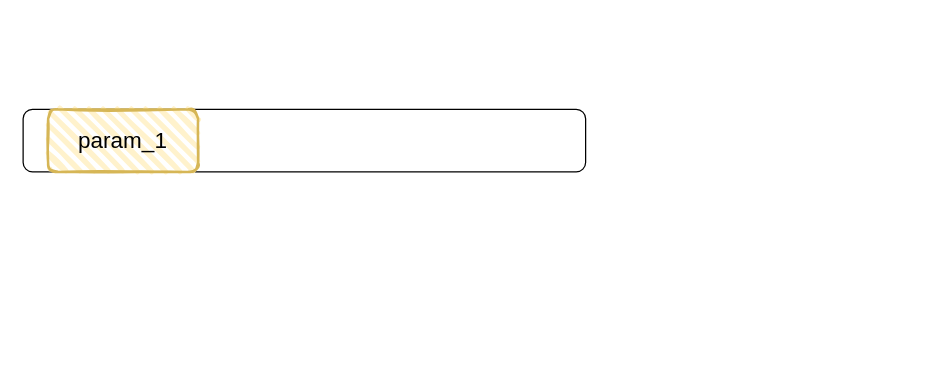
zty-king/zty-king keeps this draw.io diagram as FusedcommBuffer.drawio. Above is the earlier version. Source tidied: cells renumbered, new cells numbered last; positions are measured from the earlier drawing's top-left corner, leaving out a move shared by most shapes. Both pictures are drawn from the tidied source at 125%, with x=0, y=0 at pixel (22, 109).
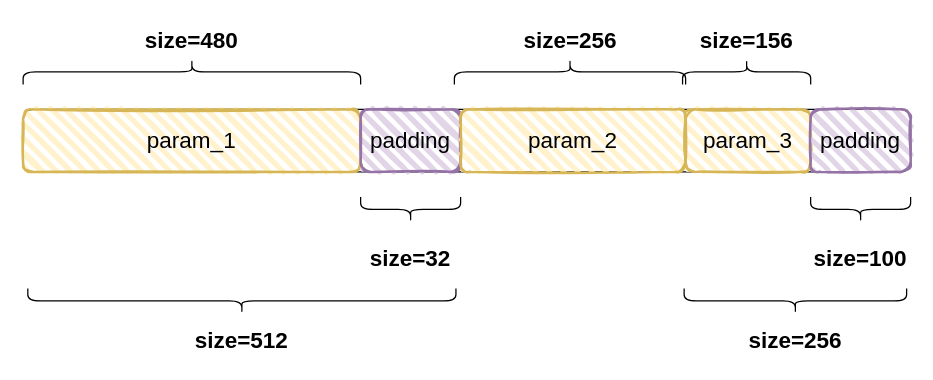
After the change.

The edit, as a diff of the source:
```diff
@@
     <mxCell id="2" style="rounded=1;whiteSpace=wrap;html=1;" parent="1" vertex="1">
-      <mxGeometry width="450" height="50" as="geometry" />
+      <mxGeometry width="710" height="50" as="geometry" />
     </mxCell>
     <mxCell id="3" value="&lt;font style=&quot;font-size: 18px;&quot;&gt;param_1&lt;/font&gt;" style="rounded=1;whiteSpace=wrap;html=1;strokeWidth=2;fillWeight=4;hachureGap=8;hachureAngle=45;fillColor=#fff2cc;sketch=1;strokeColor=#d6b656;" parent="1" vertex="1">
-      <mxGeometry x="20" width="120" height="50" as="geometry" />
+      <mxGeometry width="270" height="50" as="geometry" />
     </mxCell>
+    <mxCell id="4" value="&lt;font style=&quot;font-size: 18px;&quot;&gt;padding&lt;/font&gt;" style="rounded=1;whiteSpace=wrap;html=1;strokeWidth=2;fillWeight=4;hachureGap=8;hachureAngle=45;fillColor=#e1d5e7;sketch=1;strokeColor=#9673a6;" parent="1" vertex="1">
+      <mxGeometry x="270" width="80" height="50" as="geometry" />
+    </mxCell>
+    <mxCell id="5" value="&lt;font style=&quot;font-size: 18px;&quot;&gt;param_2&lt;/font&gt;" style="rounded=1;whiteSpace=wrap;html=1;strokeWidth=2;fillWeight=4;hachureGap=8;hachureAngle=45;fillColor=#fff2cc;sketch=1;strokeColor=#d6b656;" parent="1" vertex="1">
+      <mxGeometry x="350" width="180" height="50" as="geometry" />
+    </mxCell>
+    <mxCell id="6" value="&lt;font style=&quot;font-size: 18px;&quot;&gt;param_3&lt;/font&gt;" style="rounded=1;whiteSpace=wrap;html=1;strokeWidth=2;fillWeight=4;hachureGap=8;hachureAngle=45;fillColor=#fff2cc;sketch=1;strokeColor=#d6b656;" parent="1" vertex="1">
+      <mxGeometry x="530" width="100" height="50" as="geometry" />
+    </mxCell>
+    <mxCell id="7" value="&lt;font style=&quot;font-size: 18px;&quot;&gt;padding&lt;/font&gt;" style="rounded=1;whiteSpace=wrap;html=1;strokeWidth=2;fillWeight=4;hachureGap=8;hachureAngle=45;fillColor=#e1d5e7;sketch=1;strokeColor=#9673a6;" parent="1" vertex="1">
+      <mxGeometry x="630" width="80" height="50" as="geometry" />
+    </mxCell>
+    <mxCell id="8" style="shape=curlyBracket;whiteSpace=wrap;html=1;rounded=1;labelPosition=left;verticalLabelPosition=middle;align=right;verticalAlign=middle;rotation=90;" parent="1" vertex="1">
+      <mxGeometry x="125" y="-165" width="20" height="270" as="geometry" />
+    </mxCell>
+    <mxCell id="9" style="shape=curlyBracket;whiteSpace=wrap;html=1;rounded=1;labelPosition=left;verticalLabelPosition=middle;align=right;verticalAlign=middle;rotation=-90;" parent="1" vertex="1">
+      <mxGeometry x="300" y="40" width="20" height="80" as="geometry" />
+    </mxCell>
+    <mxCell id="10" value="&lt;font style=&quot;font-size: 18px;&quot;&gt;&lt;b&gt;size=480&lt;/b&gt;&lt;/font&gt;" style="text;html=1;whiteSpace=wrap;strokeColor=none;fillColor=none;align=center;verticalAlign=middle;rounded=0;" parent="1" vertex="1">
+      <mxGeometry x="105" y="-70" width="60" height="30" as="geometry" />
+    </mxCell>
+    <mxCell id="11" value="&lt;font style=&quot;font-size: 18px;&quot;&gt;&lt;b&gt;size=32&lt;/b&gt;&lt;/font&gt;" style="text;html=1;whiteSpace=wrap;strokeColor=none;fillColor=none;align=center;verticalAlign=middle;rounded=0;" parent="1" vertex="1">
+      <mxGeometry x="280" y="105" width="60" height="30" as="geometry" />
+    </mxCell>
+    <mxCell id="12" style="shape=curlyBracket;whiteSpace=wrap;html=1;rounded=1;labelPosition=left;verticalLabelPosition=middle;align=right;verticalAlign=middle;rotation=-90;" parent="1" vertex="1">
+      <mxGeometry x="165" y="-18" width="20" height="342.5" as="geometry" />
+    </mxCell>
+    <mxCell id="13" value="&lt;font style=&quot;font-size: 18px;&quot;&gt;&lt;b&gt;size=512&lt;/b&gt;&lt;/font&gt;" style="text;html=1;whiteSpace=wrap;strokeColor=none;fillColor=none;align=center;verticalAlign=middle;rounded=0;" parent="1" vertex="1">
+      <mxGeometry x="145" y="170" width="60" height="30" as="geometry" />
+    </mxCell>
+    <mxCell id="14" style="shape=curlyBracket;whiteSpace=wrap;html=1;rounded=1;labelPosition=left;verticalLabelPosition=middle;align=right;verticalAlign=middle;rotation=90;" parent="1" vertex="1">
+      <mxGeometry x="427.5" y="-122.5" width="20" height="185" as="geometry" />
+    </mxCell>
+    <mxCell id="15" value="&lt;font style=&quot;font-size: 18px;&quot;&gt;&lt;b&gt;size=256&lt;/b&gt;&lt;/font&gt;" style="text;html=1;whiteSpace=wrap;strokeColor=none;fillColor=none;align=center;verticalAlign=middle;rounded=0;" parent="1" vertex="1">
+      <mxGeometry x="407.5" y="-70" width="60" height="30" as="geometry" />
+    </mxCell>
+    <mxCell id="16" style="shape=curlyBracket;whiteSpace=wrap;html=1;rounded=1;labelPosition=left;verticalLabelPosition=middle;align=right;verticalAlign=middle;rotation=90;" parent="1" vertex="1">
+      <mxGeometry x="568.8" y="-81.2" width="20" height="102.5" as="geometry" />
+    </mxCell>
+    <mxCell id="17" value="&lt;font style=&quot;font-size: 18px;&quot;&gt;&lt;b&gt;size=156&lt;/b&gt;&lt;/font&gt;" style="text;html=1;whiteSpace=wrap;strokeColor=none;fillColor=none;align=center;verticalAlign=middle;rounded=0;" parent="1" vertex="1">
+      <mxGeometry x="548.8" y="-70" width="60" height="30" as="geometry" />
+    </mxCell>
+    <mxCell id="18" style="shape=curlyBracket;whiteSpace=wrap;html=1;rounded=1;labelPosition=left;verticalLabelPosition=middle;align=right;verticalAlign=middle;rotation=-90;" parent="1" vertex="1">
+      <mxGeometry x="660" y="40" width="20" height="80" as="geometry" />
+    </mxCell>
+    <mxCell id="19" value="&lt;font style=&quot;font-size: 18px;&quot;&gt;&lt;b&gt;size=100&lt;/b&gt;&lt;/font&gt;" style="text;html=1;whiteSpace=wrap;strokeColor=none;fillColor=none;align=center;verticalAlign=middle;rounded=0;" parent="1" vertex="1">
+      <mxGeometry x="640" y="105" width="60" height="30" as="geometry" />
+    </mxCell>
+    <mxCell id="20" style="shape=curlyBracket;whiteSpace=wrap;html=1;rounded=1;labelPosition=left;verticalLabelPosition=middle;align=right;verticalAlign=middle;rotation=-90;" parent="1" vertex="1">
+      <mxGeometry x="607.8" y="64.2" width="20" height="178" as="geometry" />
+    </mxCell>
+    <mxCell id="21" value="&lt;font style=&quot;font-size: 18px;&quot;&gt;&lt;b&gt;size=256&lt;/b&gt;&lt;/font&gt;" style="text;html=1;whiteSpace=wrap;strokeColor=none;fillColor=none;align=center;verticalAlign=middle;rounded=0;" parent="1" vertex="1">
+      <mxGeometry x="587.8" y="170" width="60" height="30" as="geometry" />
+    </mxCell>
```
